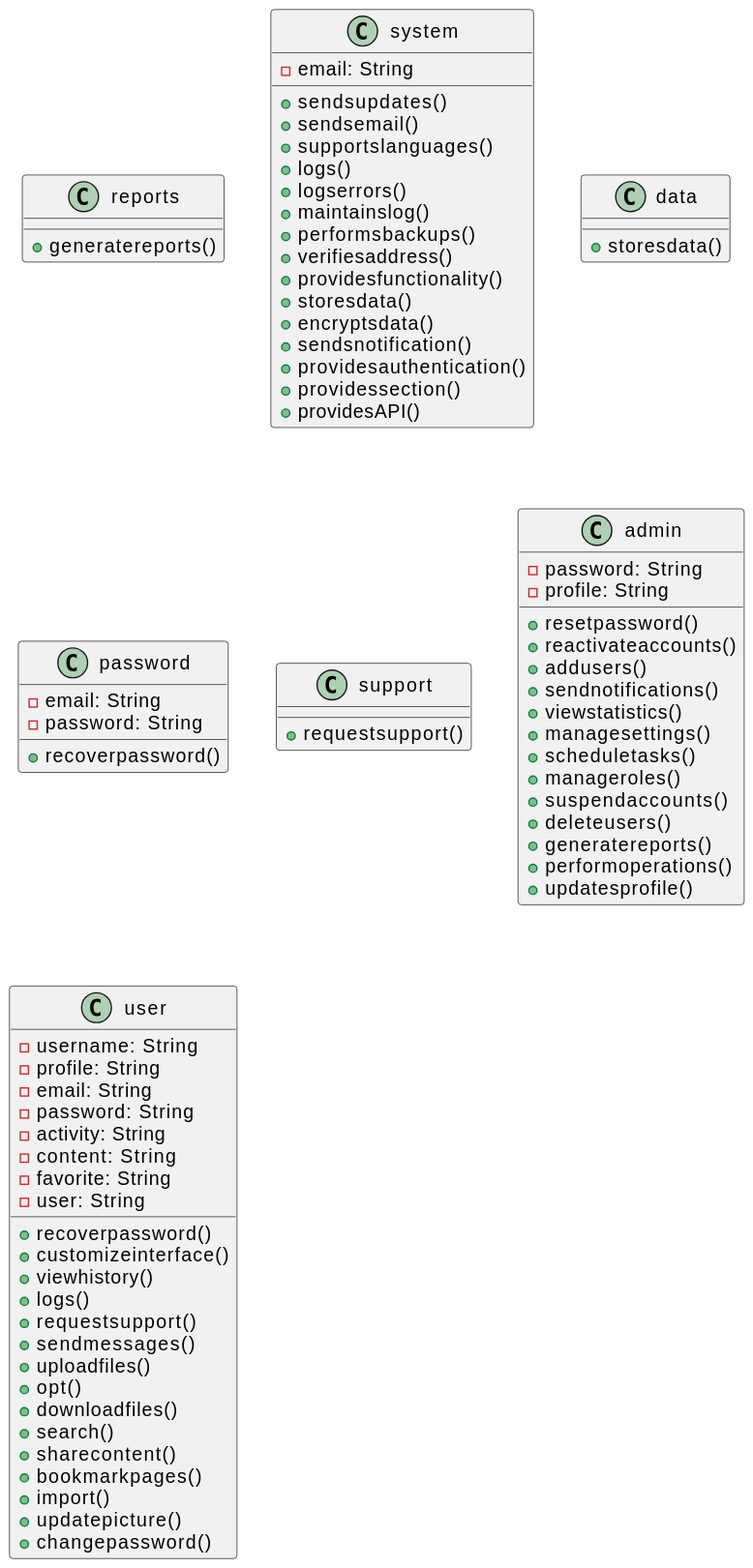
The PlantUML diagram project/images/class.svg in Nero7x/fainal-project, before a commit.
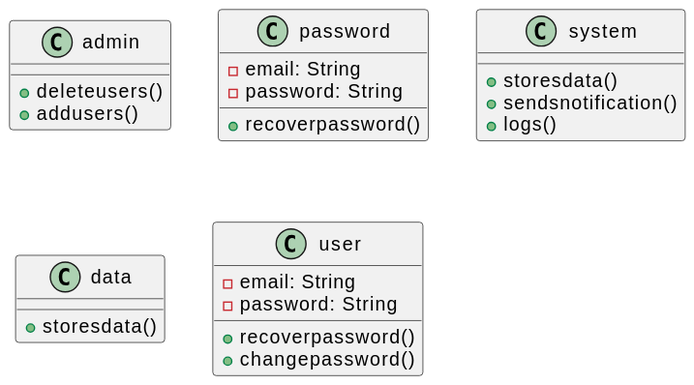
The same diagram one commit later.

The edit, as a diff of the source:
```diff
@@ -1,30 +1,8 @@
 @startuml
 
-class reports {
-  + generatereports()
-}
-
-class system {
-  - email: String
-  + sendsupdates()
-  + sendsemail()
-  + supportslanguages()
-  + logs()
-  + logserrors()
-  + maintainslog()
-  + performsbackups()
-  + verifiesaddress()
-  + providesfunctionality()
-  + storesdata()
-  + encryptsdata()
-  + sendsnotification()
-  + providesauthentication()
-  + providessection()
-  + providesAPI()
-}
-
-class data {
-  + storesdata()
+class admin {
+  + deleteusers()
+  + addusers()
 }
 
 class password {
@@ -33,51 +11,20 @@
   + recoverpassword()
 }
 
-class support {
-  + requestsupport()
+class system {
+  + storesdata()
+  + sendsnotification()
+  + logs()
 }
 
-class admin {
-  - password: String
-  - profile: String
-  + resetpassword()
-  + reactivateaccounts()
-  + addusers()
-  + sendnotifications()
-  + viewstatistics()
-  + managesettings()
-  + scheduletasks()
-  + manageroles()
-  + suspendaccounts()
-  + deleteusers()
-  + generatereports()
-  + performoperations()
-  + updatesprofile()
+class data {
+  + storesdata()
 }
 
 class user {
-  - username: String
-  - profile: String
   - email: String
   - password: String
-  - activity: String
-  - content: String
-  - favorite: String
-  - user: String
   + recoverpassword()
-  + customizeinterface()
-  + viewhistory()
-  + logs()
-  + requestsupport()
-  + sendmessages()
-  + uploadfiles()
-  + opt()
-  + downloadfiles()
-  + search()
-  + sharecontent()
-  + bookmarkpages()
-  + import()
-  + updatepicture()
   + changepassword()
 }
 
```
